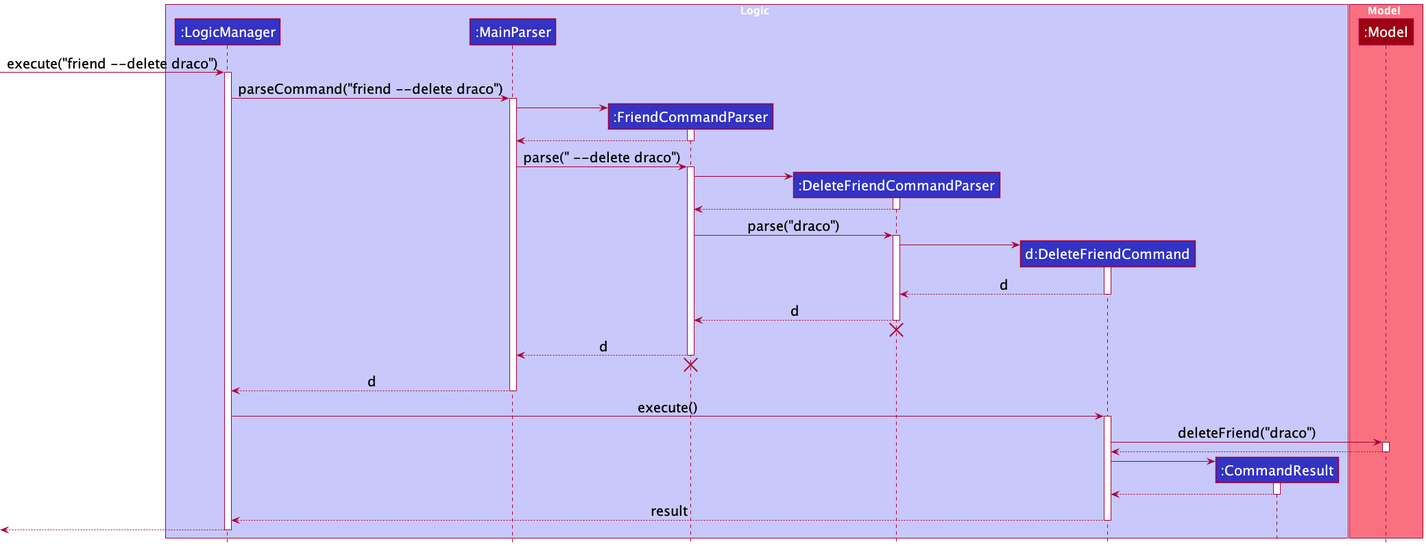
nus-cs2103-AY2122S1/tp keeps this PlantUML diagram as docs/images/DeleteSequenceDiagram.png. Above is the earlier version.
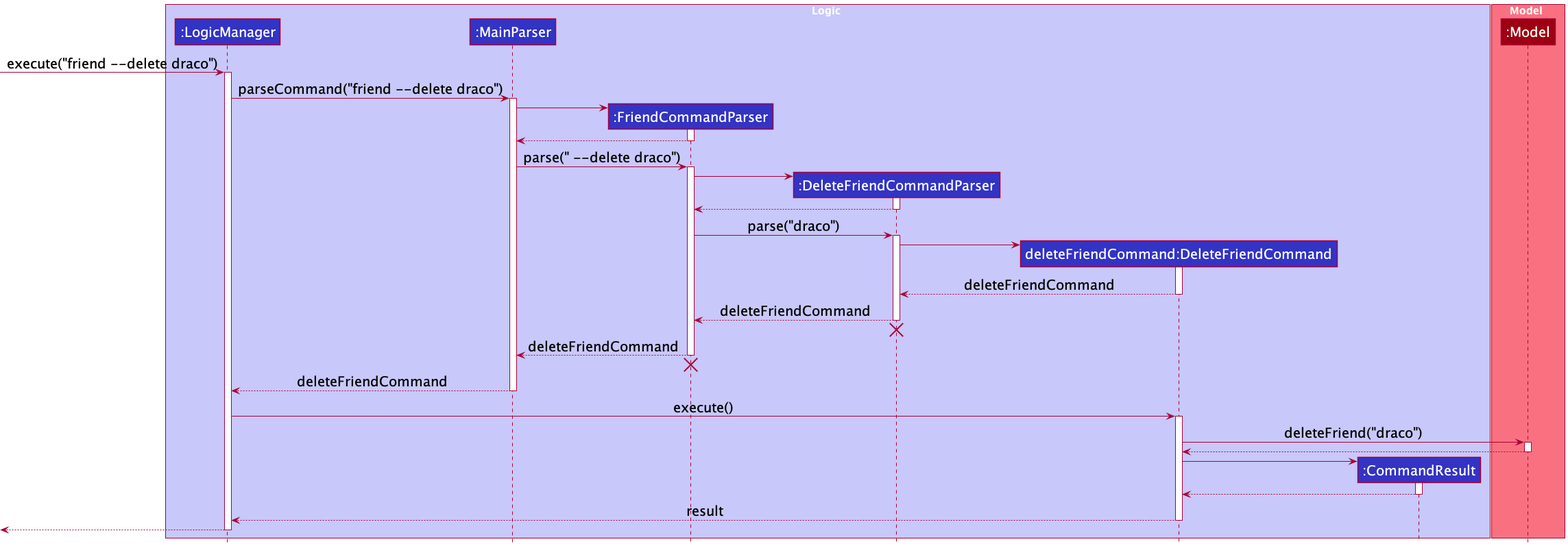
After the commit.

Diff of the diagram source:
```diff
@@ -7,7 +7,7 @@
 participant ":MainParser" as MainParser LOGIC_COLOR
 participant ":FriendCommandParser" as FriendCommandParser LOGIC_COLOR
 participant ":DeleteFriendCommandParser" as DeleteFriendCommandParser LOGIC_COLOR
-participant "d:DeleteFriendCommand" as DeleteFriendCommand LOGIC_COLOR
+participant "deleteFriendCommand:DeleteFriendCommand" as DeleteFriendCommand LOGIC_COLOR
 participant ":CommandResult" as CommandResult LOGIC_COLOR
 end box
 
@@ -45,20 +45,20 @@
 DeleteFriendCommandParser -> DeleteFriendCommand
 activate DeleteFriendCommand
 
-DeleteFriendCommand --> DeleteFriendCommandParser : d
+DeleteFriendCommand --> DeleteFriendCommandParser : deleteFriendCommand
 deactivate DeleteFriendCommand
 
-DeleteFriendCommandParser --> FriendCommandParser : d
+DeleteFriendCommandParser --> FriendCommandParser : deleteFriendCommand
 deactivate DeleteFriendCommandParser
 DeleteFriendCommandParser -[hidden]-> FriendCommandParser
 destroy DeleteFriendCommandParser
 
-FriendCommandParser --> MainParser : d
+FriendCommandParser --> MainParser : deleteFriendCommand
 deactivate FriendCommandParser
 FriendCommandParser -[hidden]-> MainParser
 destroy FriendCommandParser
 
-MainParser --> LogicManager : d
+MainParser --> LogicManager : deleteFriendCommand
 deactivate MainParser
 
 LogicManager -> DeleteFriendCommand : execute()
```
